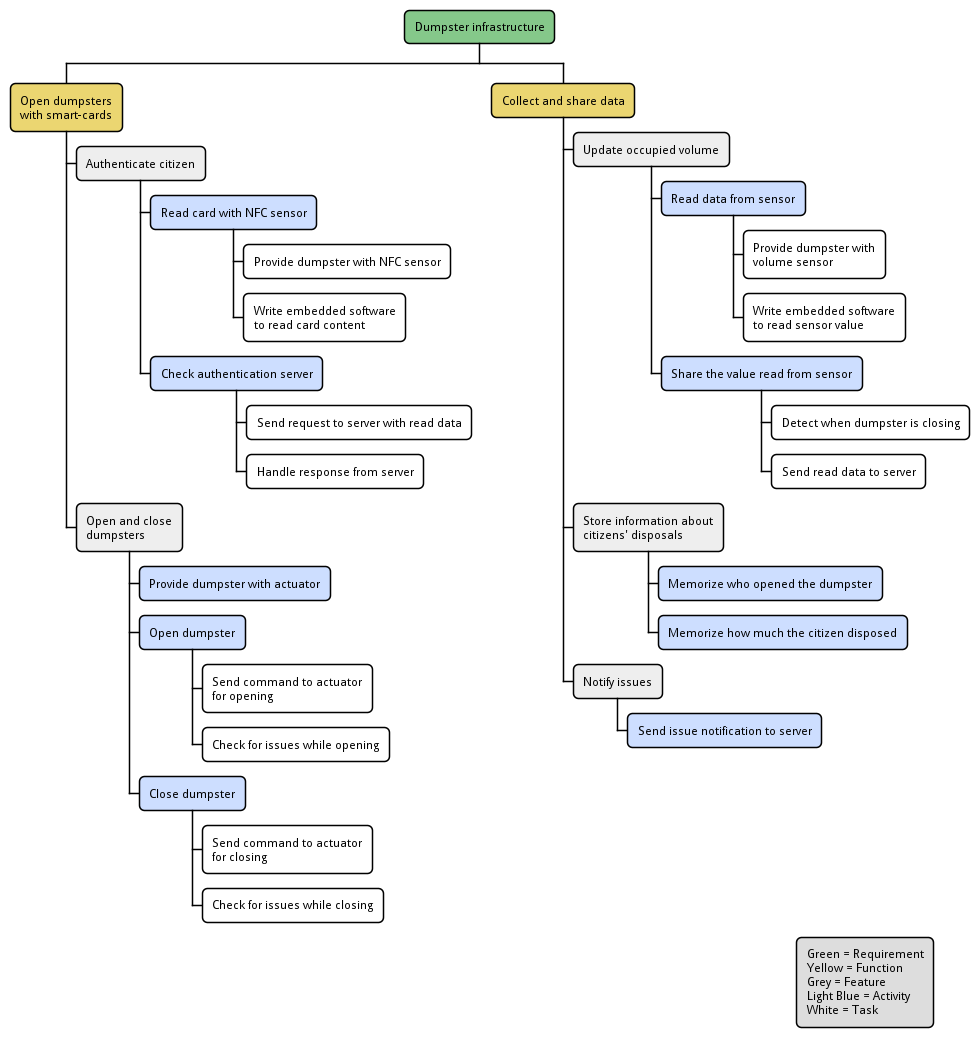
Before: uml/wbs-dumpster-infrastructure.pm.png, a diagram exported from PlantUML (SmartWasteCollection/project-management).
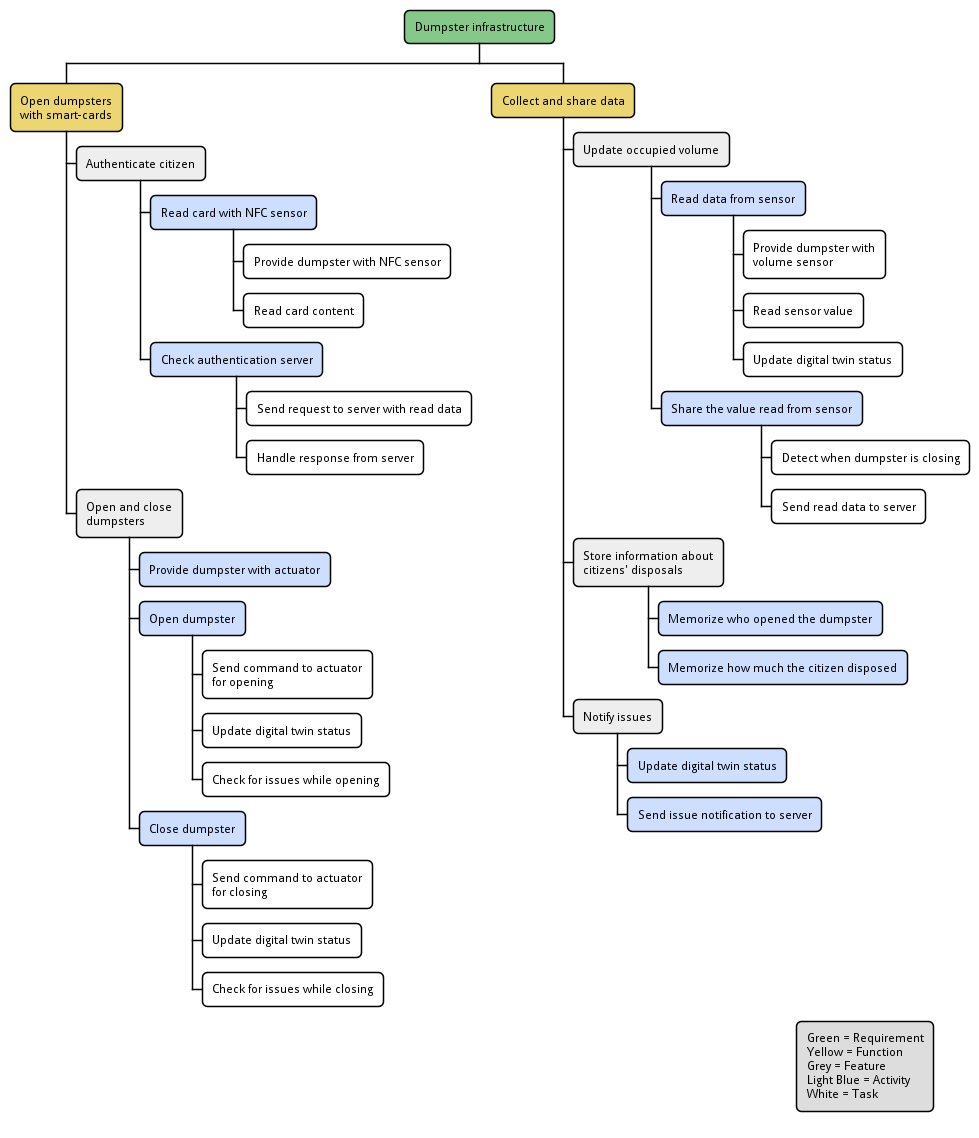
The same file after the commit.

Change to the diagram source:
```diff
@@ -7,7 +7,7 @@
 feature(Authenticate citizen)
 activity(Read card with NFC sensor)
 task(Provide dumpster with NFC sensor)
-task(Write embedded software\nto read card content)
+task(Read card content)
 
 activity(Check authentication server)
 task(Send request to server with read data)
@@ -17,17 +17,20 @@
 activity(Provide dumpster with actuator)
 activity(Open dumpster)
 task(Send command to actuator\nfor opening)
+task(Update digital twin status)
 task(Check for issues while opening)
 
 activity(Close dumpster)
 task(Send command to actuator\nfor closing)
+task(Update digital twin status)
 task(Check for issues while closing)
 
 function(Collect and share data)
 feature(Update occupied volume)
 activity(Read data from sensor)
 task(Provide dumpster with\nvolume sensor)
-task(Write embedded software\nto read sensor value)
+task(Read sensor value)
+task(Update digital twin status)
 activity(Share the value read from sensor)
 task(Detect when dumpster is closing)
 task(Send read data to server)
@@ -35,6 +38,7 @@
 activity(Memorize who opened the dumpster)
 activity(Memorize how much the citizen disposed)
 feature(Notify issues)
+activity(Update digital twin status)
 activity(Send issue notification to server)
 
 @endwbs
```
